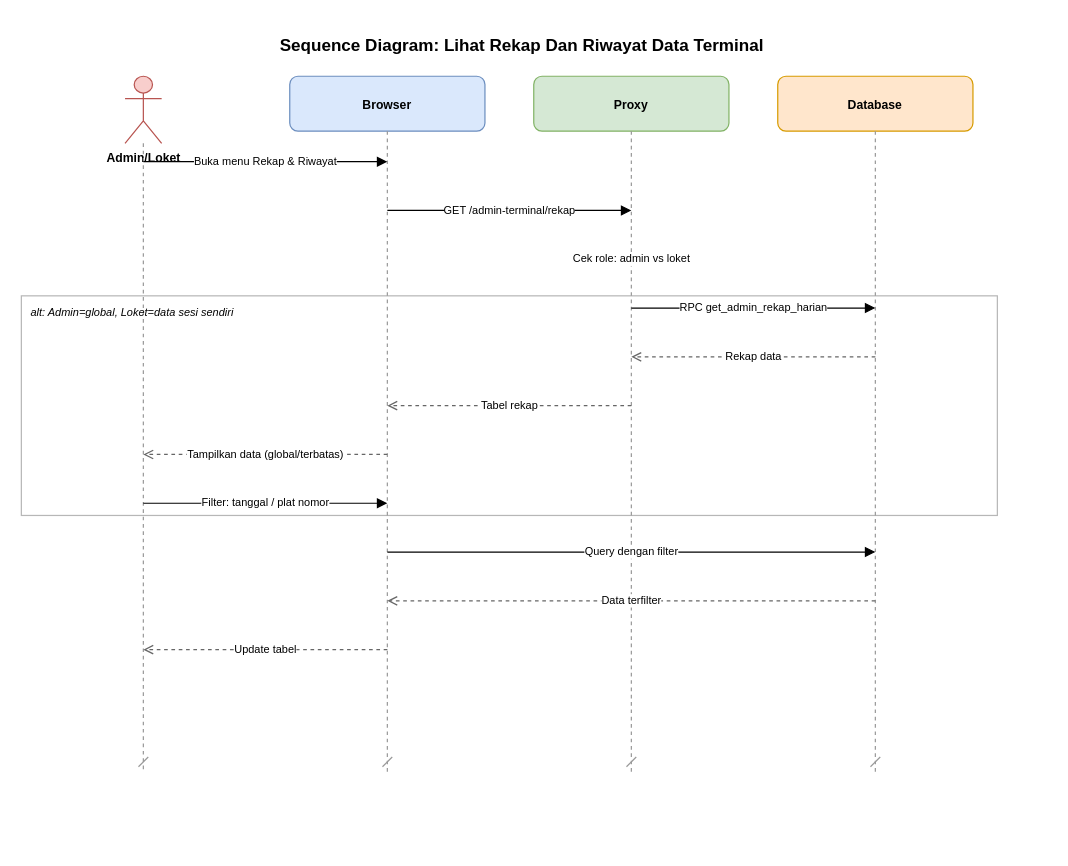
RyanGLoomy/terminal-iwkbu keeps this draw.io diagram as docs/diagrams/sequence/11-sq-lihat-rekap-terminal.drawio. Above is the earlier version. Source tidied: cells renumbered, new cells numbered last; positions are measured from the earlier drawing's top-left corner, leaving out a move shared by most shapes. Both pictures are drawn from the tidied source at 122%, with x=0, y=0 at pixel (21, 27).
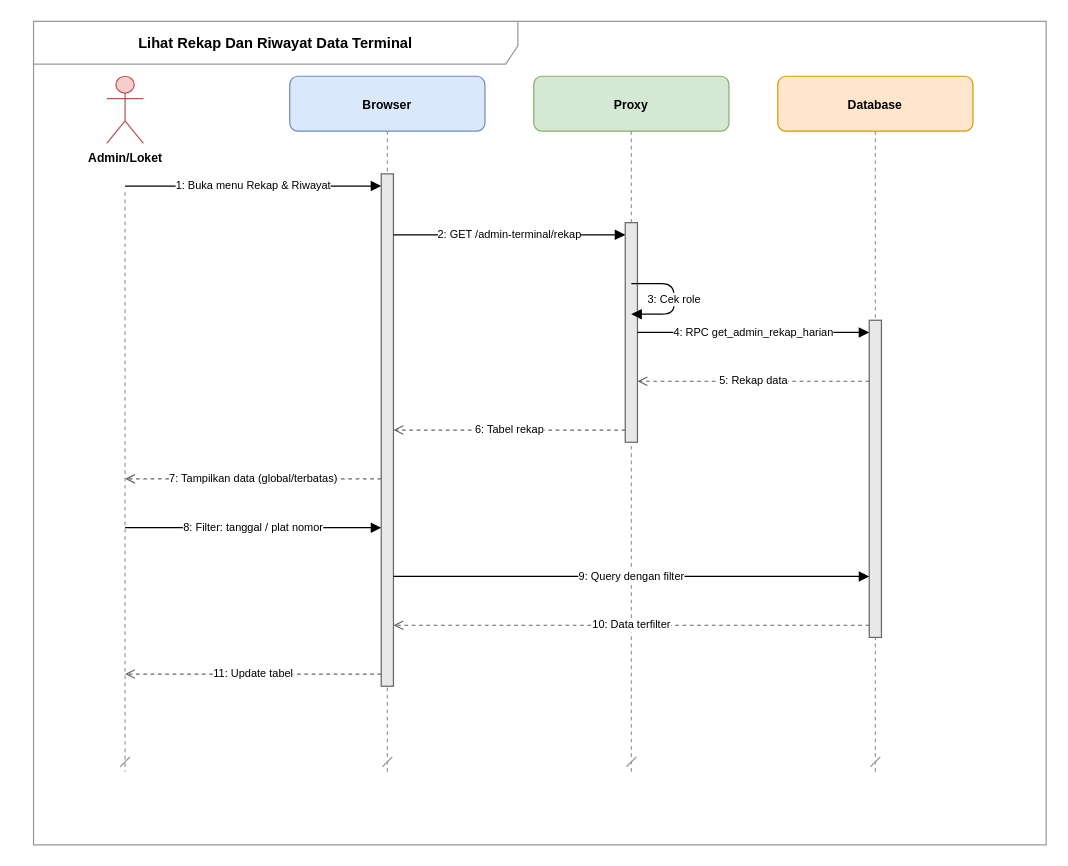
The same page after the edit.

What changed in the source:
```diff
@@
-    <mxCell id="2" value="Sequence Diagram: Lihat Rekap Dan Riwayat Data Terminal" style="text;html=1;align=center;verticalAlign=middle;fontSize=14;fontStyle=1;strokeColor=none;fillColor=none;" parent="1" vertex="1">
-      <mxGeometry x="40" width="740" height="30" as="geometry" />
-    </mxCell>
+    <mxCell id="23" value="Lihat Rekap Dan Riwayat Data Terminal" style="shape=umlFrame;whiteSpace=wrap;html=1;fillColor=none;strokeColor=#999999;fontSize=12;fontStyle=1;lightOpacity=50;tabWidth=397;tabHeight=22;width=397;height=35;" parent="1" vertex="1">
+      <mxGeometry x="10" y="-5" width="830" height="675" as="geometry" />
+    </mxCell>
     <mxCell id="3" value="Admin/Loket" style="shape=umlActor;verticalLabelPosition=bottom;verticalAlign=top;html=1;fillColor=#f8cecc;strokeColor=#b85450;fontStyle=1;fontSize=10;" parent="1" vertex="1">
-      <mxGeometry x="85" y="40" width="30" height="55" as="geometry" />
+      <mxGeometry x="70" y="40" width="30" height="55" as="geometry" />
     </mxCell>
     <mxCell id="4" style="endArrow=dash;dashed=1;html=1;strokeWidth=1;strokeColor=#999999;" parent="1" edge="1">
       <mxGeometry relative="1" as="geometry">
-        <mxPoint x="100" y="95" as="sourcePoint" />
-        <mxPoint x="100" y="610" as="targetPoint" />
+        <mxPoint x="85" y="135" as="sourcePoint" />
+        <mxPoint x="85" y="610" as="targetPoint" />
       </mxGeometry>
     </mxCell>
@@
-    <mxCell id="11" value="alt: Admin=global, Loket=data sesi sendiri" style="rounded=0;whiteSpace=wrap;html=1;fillColor=none;strokeColor=#999999;dashed=0;verticalAlign=top;align=left;spacingTop=2;spacingLeft=6;fontSize=9;fontStyle=2;opacity=70;" parent="1" vertex="1">
-      <mxGeometry y="220" width="800" height="180" as="geometry" />
-    </mxCell>
+    <mxCell id="24" style="rounded=0;whiteSpace=wrap;html=1;fillColor=#e8e8e8;strokeColor=#666666;strokeWidth=1;" parent="1" vertex="1">
+      <mxGeometry x="295" y="120" width="10" height="420" as="geometry" />
+    </mxCell>
+    <mxCell id="25" style="rounded=0;whiteSpace=wrap;html=1;fillColor=#e8e8e8;strokeColor=#666666;strokeWidth=1;" parent="1" vertex="1">
+      <mxGeometry x="495" y="160" width="10" height="180" as="geometry" />
+    </mxCell>
+    <mxCell id="26" style="rounded=0;whiteSpace=wrap;html=1;fillColor=#e8e8e8;strokeColor=#666666;strokeWidth=1;" parent="1" vertex="1">
+      <mxGeometry x="695" y="240" width="10" height="260" as="geometry" />
+    </mxCell>
-    <mxCell id="12" value="Buka menu Rekap &amp; Riwayat" style="endArrow=block;endFill=1;html=1;fontSize=9;" parent="1" edge="1">
+    <mxCell id="12" value="1: Buka menu Rekap &amp; Riwayat" style="endArrow=block;endFill=1;html=1;fontSize=9;" parent="1" edge="1">
       <mxGeometry relative="1" as="geometry">
-        <mxPoint x="100" y="110" as="sourcePoint" />
-        <mxPoint x="300" y="110" as="targetPoint" />
+        <mxPoint x="85" y="130" as="sourcePoint" />
+        <mxPoint x="295" y="130" as="targetPoint" />
       </mxGeometry>
     </mxCell>
-    <mxCell id="13" value="GET /admin-terminal/rekap" style="endArrow=block;endFill=1;html=1;fontSize=9;" parent="1" edge="1">
+    <mxCell id="13" value="2: GET /admin-terminal/rekap" style="endArrow=block;endFill=1;html=1;fontSize=9;" parent="1" edge="1">
       <mxGeometry relative="1" as="geometry">
-        <mxPoint x="300" y="150" as="sourcePoint" />
-        <mxPoint x="500" y="150" as="targetPoint" />
+        <mxPoint x="305" y="170" as="sourcePoint" />
+        <mxPoint x="495" y="170" as="targetPoint" />
       </mxGeometry>
     </mxCell>
-    <mxCell id="14" value="Cek role: admin vs loket" style="endArrow=block;endFill=1;html=1;fontSize=9;" parent="1" edge="1">
+    <mxCell id="14" value="3: Cek role" style="endArrow=block;endFill=1;html=1;fontSize=9;" parent="1" edge="1">
       <mxGeometry relative="1" as="geometry">
-        <mxPoint x="500" y="190" as="sourcePoint" />
-        <mxPoint x="500" y="190" as="targetPoint" />
+        <mxPoint x="500" y="210" as="sourcePoint" />
+        <mxPoint x="500" y="235" as="targetPoint" />
+        <Array as="points">
+          <mxPoint x="535" y="210" />
+          <mxPoint x="535" y="235" />
+        </Array>
       </mxGeometry>
     </mxCell>
-    <mxCell id="15" value="RPC get_admin_rekap_harian" style="endArrow=block;endFill=1;html=1;fontSize=9;" parent="1" edge="1">
+    <mxCell id="15" value="4: RPC get_admin_rekap_harian" style="endArrow=block;endFill=1;html=1;fontSize=9;" parent="1" edge="1">
       <mxGeometry relative="1" as="geometry">
-        <mxPoint x="500" y="230" as="sourcePoint" />
-        <mxPoint x="700" y="230" as="targetPoint" />
+        <mxPoint x="505" y="250" as="sourcePoint" />
+        <mxPoint x="695" y="250" as="targetPoint" />
       </mxGeometry>
     </mxCell>
-    <mxCell id="16" value="Rekap data" style="endArrow=open;endFill=0;dashed=1;html=1;fontSize=9;strokeColor=#666666;" parent="1" edge="1">
+    <mxCell id="16" value="5: Rekap data" style="endArrow=open;endFill=0;dashed=1;html=1;fontSize=9;strokeColor=#666666;" parent="1" edge="1">
       <mxGeometry relative="1" as="geometry">
-        <mxPoint x="700" y="270" as="sourcePoint" />
-        <mxPoint x="500" y="270" as="targetPoint" />
+        <mxPoint x="695" y="290" as="sourcePoint" />
+        <mxPoint x="505" y="290" as="targetPoint" />
       </mxGeometry>
     </mxCell>
-    <mxCell id="17" value="Tabel rekap" style="endArrow=open;endFill=0;dashed=1;html=1;fontSize=9;strokeColor=#666666;" parent="1" edge="1">
+    <mxCell id="17" value="6: Tabel rekap" style="endArrow=open;endFill=0;dashed=1;html=1;fontSize=9;strokeColor=#666666;" parent="1" edge="1">
       <mxGeometry relative="1" as="geometry">
-        <mxPoint x="500" y="310" as="sourcePoint" />
-        <mxPoint x="300" y="310" as="targetPoint" />
+        <mxPoint x="495" y="330" as="sourcePoint" />
+        <mxPoint x="305" y="330" as="targetPoint" />
       </mxGeometry>
     </mxCell>
-    <mxCell id="18" value="Tampilkan data (global/terbatas)" style="endArrow=open;endFill=0;dashed=1;html=1;fontSize=9;strokeColor=#666666;" parent="1" edge="1">
+    <mxCell id="18" value="7: Tampilkan data (global/terbatas)" style="endArrow=open;endFill=0;dashed=1;html=1;fontSize=9;strokeColor=#666666;" parent="1" edge="1">
       <mxGeometry relative="1" as="geometry">
-        <mxPoint x="300" y="350" as="sourcePoint" />
-        <mxPoint x="100" y="350" as="targetPoint" />
+        <mxPoint x="295" y="370" as="sourcePoint" />
+        <mxPoint x="85" y="370" as="targetPoint" />
       </mxGeometry>
     </mxCell>
-    <mxCell id="19" value="Filter: tanggal / plat nomor" style="endArrow=block;endFill=1;html=1;fontSize=9;" parent="1" edge="1">
+    <mxCell id="19" value="8: Filter: tanggal / plat nomor" style="endArrow=block;endFill=1;html=1;fontSize=9;" parent="1" edge="1">
       <mxGeometry relative="1" as="geometry">
-        <mxPoint x="100" y="390" as="sourcePoint" />
-        <mxPoint x="300" y="390" as="targetPoint" />
+        <mxPoint x="85" y="410" as="sourcePoint" />
+        <mxPoint x="295" y="410" as="targetPoint" />
       </mxGeometry>
     </mxCell>
-    <mxCell id="20" value="Query dengan filter" style="endArrow=block;endFill=1;html=1;fontSize=9;" parent="1" edge="1">
+    <mxCell id="20" value="9: Query dengan filter" style="endArrow=block;endFill=1;html=1;fontSize=9;" parent="1" edge="1">
       <mxGeometry relative="1" as="geometry">
-        <mxPoint x="300" y="430" as="sourcePoint" />
-        <mxPoint x="700" y="430" as="targetPoint" />
+        <mxPoint x="305" y="450" as="sourcePoint" />
+        <mxPoint x="695" y="450" as="targetPoint" />
       </mxGeometry>
     </mxCell>
-    <mxCell id="21" value="Data terfilter" style="endArrow=open;endFill=0;dashed=1;html=1;fontSize=9;strokeColor=#666666;" parent="1" edge="1">
+    <mxCell id="21" value="10: Data terfilter" style="endArrow=open;endFill=0;dashed=1;html=1;fontSize=9;strokeColor=#666666;" parent="1" edge="1">
       <mxGeometry relative="1" as="geometry">
-        <mxPoint x="700" y="470" as="sourcePoint" />
-        <mxPoint x="300" y="470" as="targetPoint" />
+        <mxPoint x="695" y="490" as="sourcePoint" />
+        <mxPoint x="305" y="490" as="targetPoint" />
       </mxGeometry>
     </mxCell>
-    <mxCell id="22" value="Update tabel" style="endArrow=open;endFill=0;dashed=1;html=1;fontSize=9;strokeColor=#666666;" parent="1" edge="1">
+    <mxCell id="22" value="11: Update tabel" style="endArrow=open;endFill=0;dashed=1;html=1;fontSize=9;strokeColor=#666666;" parent="1" edge="1">
       <mxGeometry relative="1" as="geometry">
-        <mxPoint x="300" y="510" as="sourcePoint" />
-        <mxPoint x="100" y="510" as="targetPoint" />
+        <mxPoint x="295" y="530" as="sourcePoint" />
+        <mxPoint x="85" y="530" as="targetPoint" />
       </mxGeometry>
     </mxCell>
```
